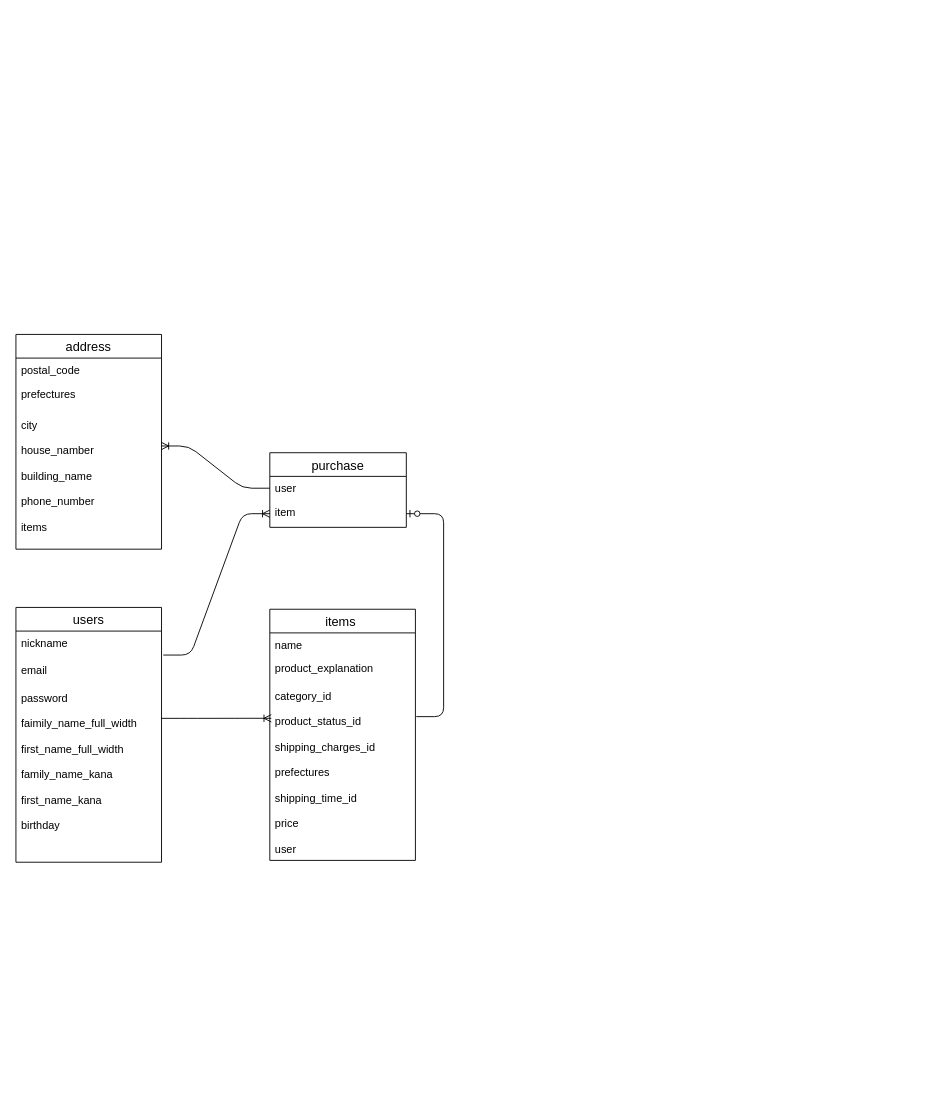
Before: app/views/.dio in kuroitomu/furima-35604, a draw.io diagram. Source tidied: cells renumbered, new cells numbered last; positions are measured from the earlier drawing's top-left corner, leaving out a move shared by most shapes. Both pictures are drawn from the tidied source at 91%, with x=0, y=0 at pixel (15, 334).
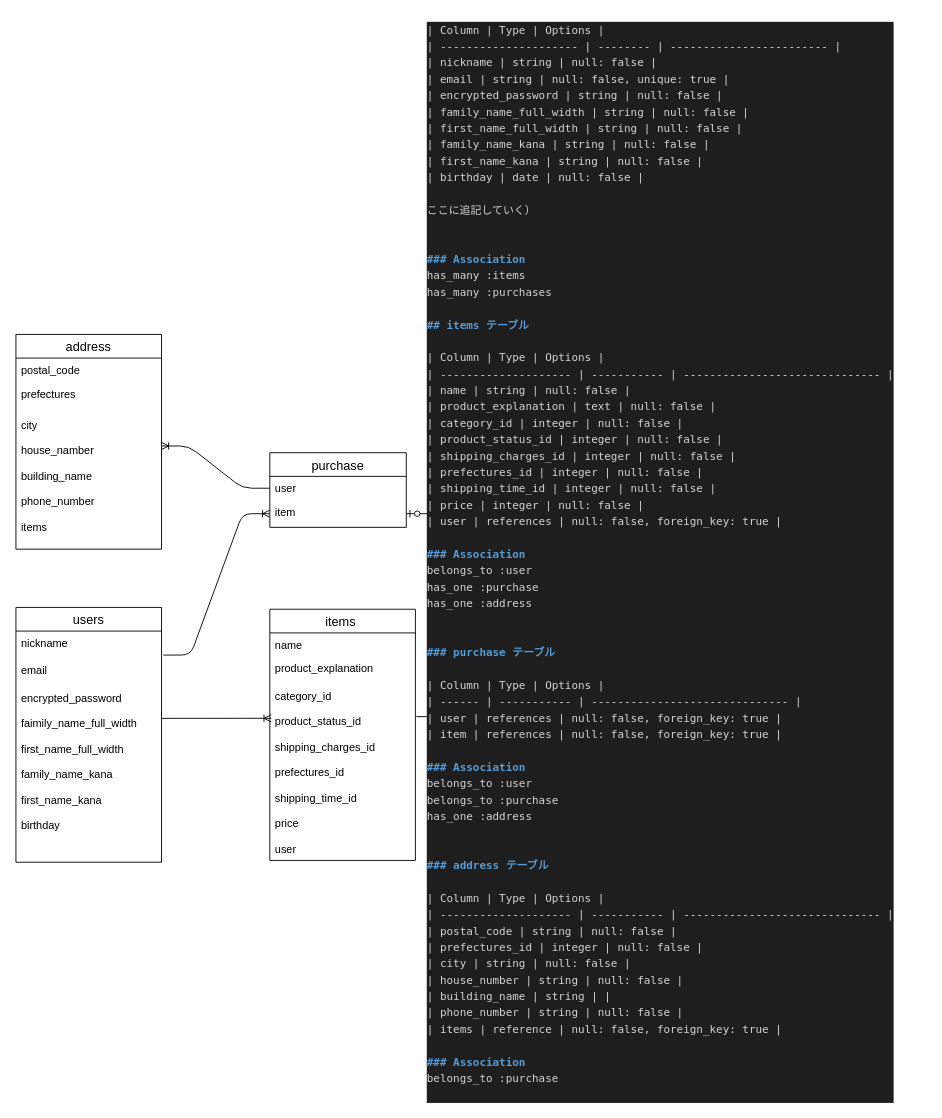
Above is the later version.

Commit message (it also covers changes not shown here):
ER図,README訂正６

The change refers to these unchanged cells:
```xml
<mxCell id="2" value=" users " style="swimlane;fontStyle=0;horizontal=1;startSize=26;align=center;fontSize=14;" parent="1" vertex="1">
  <mxGeometry y="300" width="160" height="280" as="geometry" />
</mxCell>
<mxCell id="8" value="items " style="swimlane;fontStyle=0;horizontal=1;startSize=26;align=center;fontSize=14;" parent="1" vertex="1">
  <mxGeometry x="279" y="302" width="160" height="276" as="geometry" />
</mxCell>
```

Change to the diagram source:
```diff
@@
-    <mxCell id="7" value="password&#10;&#10;faimily_name_full_width&#10;&#10;first_name_full_width&#10;&#10;family_name_kana&#10;&#10;first_name_kana&#10;&#10;birthday&#10;&#10;&#10;" style="text;strokeColor=none;fillColor=none;spacingLeft=4;spacingRight=4;overflow=hidden;points=[[0,0.5],[1,0.5]];portConstraint=eastwest;fontSize=12;" parent="2" vertex="1">
+    <mxCell id="7" value="encrypted_password&#10;&#10;faimily_name_full_width&#10;&#10;first_name_full_width&#10;&#10;family_name_kana&#10;&#10;first_name_kana&#10;&#10;birthday&#10;&#10;&#10;" style="text;strokeColor=none;fillColor=none;spacingLeft=4;spacingRight=4;overflow=hidden;points=[[0,0.5],[1,0.5]];portConstraint=eastwest;fontSize=12;" parent="2" vertex="1">
       <mxGeometry y="86" width="160" height="194" as="geometry" />
     </mxCell>
@@
-    <mxCell id="11" value="category_id&#10;&#10;product_status_id&#10;&#10;shipping_charges_id&#10;&#10;prefectures&#10;&#10;shipping_time_id&#10;&#10;price&#10;&#10;user" style="text;strokeColor=none;fillColor=none;spacingLeft=4;spacingRight=4;overflow=hidden;points=[[0,0.5],[1,0.5]];portConstraint=eastwest;fontSize=12;" parent="8" vertex="1">
+    <mxCell id="11" value="category_id&#10;&#10;product_status_id&#10;&#10;shipping_charges_id&#10;&#10;prefectures_id&#10;&#10;shipping_time_id&#10;&#10;price&#10;&#10;user" style="text;strokeColor=none;fillColor=none;spacingLeft=4;spacingRight=4;overflow=hidden;points=[[0,0.5],[1,0.5]];portConstraint=eastwest;fontSize=12;" parent="8" vertex="1">
       <mxGeometry y="82" width="160" height="194" as="geometry" />
     </mxCell>
@@
+    <mxCell id="24" value="&lt;div style=&quot;color: rgb(212, 212, 212); background-color: rgb(30, 30, 30); font-family: menlo, monaco, &amp;quot;courier new&amp;quot;, monospace; font-weight: normal; font-size: 12px; line-height: 18px;&quot;&gt;&lt;div&gt;&lt;span style=&quot;color: #d4d4d4&quot;&gt;|     Column             |    Type    |    Options                 |&lt;/span&gt;&lt;/div&gt;&lt;div&gt;&lt;span style=&quot;color: #d4d4d4&quot;&gt;| ---------------------  |  --------  |  ------------------------  |&lt;/span&gt;&lt;/div&gt;&lt;div&gt;&lt;span style=&quot;color: #d4d4d4&quot;&gt;| nickname               |   string   | null: false                |&lt;/span&gt;&lt;/div&gt;&lt;div&gt;&lt;span style=&quot;color: #d4d4d4&quot;&gt;| email                  |   string   | null: false, unique: true  |&lt;/span&gt;&lt;/div&gt;&lt;div&gt;&lt;span style=&quot;color: #d4d4d4&quot;&gt;| encrypted_password     |   string   | null: false                |&lt;/span&gt;&lt;/div&gt;&lt;div&gt;&lt;span style=&quot;color: #d4d4d4&quot;&gt;| family_name_full_width |   string   | null: false                |&lt;/span&gt;&lt;/div&gt;&lt;div&gt;&lt;span style=&quot;color: #d4d4d4&quot;&gt;| first_name_full_width  |   string   | null: false                |&lt;/span&gt;&lt;/div&gt;&lt;div&gt;&lt;span style=&quot;color: #d4d4d4&quot;&gt;| family_name_kana       |   string   | null: false                |&lt;/span&gt;&lt;/div&gt;&lt;div&gt;&lt;span style=&quot;color: #d4d4d4&quot;&gt;| first_name_kana        |   string   | null: false                |&lt;/span&gt;&lt;/div&gt;&lt;div&gt;&lt;span style=&quot;color: #d4d4d4&quot;&gt;| birthday               |   date     | null: false                |&lt;/span&gt;&lt;/div&gt;&lt;br&gt;&lt;div&gt;&lt;span style=&quot;color: #d4d4d4&quot;&gt;ここに追記していく）&lt;/span&gt;&lt;/div&gt;&lt;br&gt;&lt;br&gt;&lt;div&gt;&lt;span style=&quot;color: #569cd6 ; font-weight: bold&quot;&gt;### Association&lt;/span&gt;&lt;/div&gt;&lt;div&gt;&lt;span style=&quot;color: #d4d4d4&quot;&gt;  has_many :items&lt;/span&gt;&lt;/div&gt;&lt;div&gt;&lt;span style=&quot;color: #d4d4d4&quot;&gt;  has_many :purchases&lt;/span&gt;&lt;/div&gt;&lt;br&gt;&lt;div&gt;&lt;span style=&quot;color: #569cd6 ; font-weight: bold&quot;&gt;## items テーブル&lt;/span&gt;&lt;/div&gt;&lt;br&gt;&lt;div&gt;&lt;span style=&quot;color: #d4d4d4&quot;&gt;|     Column             |    Type      |    Options                       |&lt;/span&gt;&lt;/div&gt;&lt;div&gt;&lt;span style=&quot;color: #d4d4d4&quot;&gt;| --------------------   | -----------  |  ------------------------------  |&lt;/span&gt;&lt;/div&gt;&lt;div&gt;&lt;span style=&quot;color: #d4d4d4&quot;&gt;| name                   |  string      | null: false                      |&lt;/span&gt;&lt;/div&gt;&lt;div&gt;&lt;span style=&quot;color: #d4d4d4&quot;&gt;| product_explanation    |  text        | null: false                      |&lt;/span&gt;&lt;/div&gt;&lt;div&gt;&lt;span style=&quot;color: #d4d4d4&quot;&gt;| category_id            |  integer     | null: false                      |&lt;/span&gt;&lt;/div&gt;&lt;div&gt;&lt;span style=&quot;color: #d4d4d4&quot;&gt;| product_status_id      |  integer     | null: false                      |&lt;/span&gt;&lt;/div&gt;&lt;div&gt;&lt;span style=&quot;color: #d4d4d4&quot;&gt;| shipping_charges_id    |  integer     | null: false                      |&lt;/span&gt;&lt;/div&gt;&lt;div&gt;&lt;span style=&quot;color: #d4d4d4&quot;&gt;| prefectures_id         |  integer     | null: false                      |&lt;/span&gt;&lt;/div&gt;&lt;div&gt;&lt;span style=&quot;color: #d4d4d4&quot;&gt;| shipping_time_id       |  integer     | null: false                      |&lt;/span&gt;&lt;/div&gt;&lt;div&gt;&lt;span style=&quot;color: #d4d4d4&quot;&gt;| price                  |  integer     | null: false                      |&lt;/span&gt;&lt;/div&gt;&lt;div&gt;&lt;span style=&quot;color: #d4d4d4&quot;&gt;| user                   |  references  | null: false, foreign_key: true   |&lt;/span&gt;&lt;/div&gt;&lt;br&gt;&lt;div&gt;&lt;span style=&quot;color: #569cd6 ; font-weight: bold&quot;&gt;### Association&lt;/span&gt;&lt;/div&gt;&lt;div&gt;&lt;span style=&quot;color: #d4d4d4&quot;&gt;  belongs_to :user&lt;/span&gt;&lt;/div&gt;&lt;div&gt;&lt;span style=&quot;color: #d4d4d4&quot;&gt;  has_one    :purchase&lt;/span&gt;&lt;/div&gt;&lt;div&gt;&lt;span style=&quot;color: #d4d4d4&quot;&gt;  has_one    :address&lt;/span&gt;&lt;/div&gt;&lt;div&gt;&lt;span style=&quot;color: #d4d4d4&quot;&gt;  &lt;/span&gt;&lt;/div&gt;&lt;br&gt;&lt;br&gt;&lt;div&gt;&lt;span style=&quot;color: #569cd6 ; font-weight: bold&quot;&gt;### purchase テーブル&lt;/span&gt;&lt;/div&gt;&lt;br&gt;&lt;div&gt;&lt;span style=&quot;color: #d4d4d4&quot;&gt;| Column  |    Type      |    Options                       |&lt;/span&gt;&lt;/div&gt;&lt;div&gt;&lt;span style=&quot;color: #d4d4d4&quot;&gt;| ------  | -----------  |  ------------------------------  |&lt;/span&gt;&lt;/div&gt;&lt;div&gt;&lt;span style=&quot;color: #d4d4d4&quot;&gt;| user    |  references  | null: false, foreign_key: true   |&lt;/span&gt;&lt;/div&gt;&lt;div&gt;&lt;span style=&quot;color: #d4d4d4&quot;&gt;| item    |  references  | null: false, foreign_key: true   |&lt;/span&gt;&lt;/div&gt;&lt;br&gt;&lt;div&gt;&lt;span style=&quot;color: #569cd6 ; font-weight: bold&quot;&gt;### Association&lt;/span&gt;&lt;/div&gt;&lt;div&gt;&lt;span style=&quot;color: #d4d4d4&quot;&gt;  belongs_to :user&lt;/span&gt;&lt;/div&gt;&lt;div&gt;&lt;span style=&quot;color: #d4d4d4&quot;&gt;  belongs_to :purchase&lt;/span&gt;&lt;/div&gt;&lt;div&gt;&lt;span style=&quot;color: #d4d4d4&quot;&gt;  has_one :address&lt;/span&gt;&lt;/div&gt;&lt;br&gt;&lt;br&gt;&lt;div&gt;&lt;span style=&quot;color: #569cd6 ; font-weight: bold&quot;&gt;### address テーブル&lt;/span&gt;&lt;/div&gt;&lt;br&gt;&lt;div&gt;&lt;span style=&quot;color: #d4d4d4&quot;&gt;|     Column             |    Type      |    Options                       |&lt;/span&gt;&lt;/div&gt;&lt;div&gt;&lt;span style=&quot;color: #d4d4d4&quot;&gt;| --------------------   | -----------  |  ------------------------------  |&lt;/span&gt;&lt;/div&gt;&lt;div&gt;&lt;span style=&quot;color: #d4d4d4&quot;&gt;| postal_code            |  string      | null: false                      |&lt;/span&gt;&lt;/div&gt;&lt;div&gt;&lt;span style=&quot;color: #d4d4d4&quot;&gt;| prefectures_id         |  integer     | null: false                      |&lt;/span&gt;&lt;/div&gt;&lt;div&gt;&lt;span style=&quot;color: #d4d4d4&quot;&gt;| city                   |  string      | null: false                      |&lt;/span&gt;&lt;/div&gt;&lt;div&gt;&lt;span style=&quot;color: #d4d4d4&quot;&gt;| house_number           |  string      | null: false                      |&lt;/span&gt;&lt;/div&gt;&lt;div&gt;&lt;span style=&quot;color: #d4d4d4&quot;&gt;| building_name          |  string      |                                  |&lt;/span&gt;&lt;/div&gt;&lt;div&gt;&lt;span style=&quot;color: #d4d4d4&quot;&gt;| phone_number           |  string      | null: false                      |&lt;/span&gt;&lt;/div&gt;&lt;div&gt;&lt;span style=&quot;color: #d4d4d4&quot;&gt;| items                  |  reference  | null: false, foreign_key: true   |&lt;/span&gt;&lt;/div&gt;&lt;br&gt;&lt;div&gt;&lt;span style=&quot;color: #569cd6 ; font-weight: bold&quot;&gt;### Association&lt;/span&gt;&lt;/div&gt;&lt;div&gt;&lt;span style=&quot;color: #d4d4d4&quot;&gt; belongs_to :purchase&lt;/span&gt;&lt;/div&gt;&lt;br&gt;&lt;/div&gt;" style="text;whiteSpace=wrap;html=1;" parent="1" vertex="1">
+      <mxGeometry x="450" y="-350" width="550" height="1170" as="geometry" />
+    </mxCell>
```
